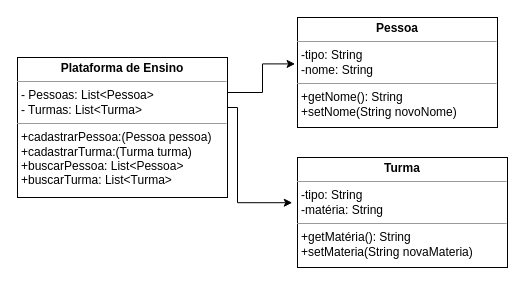
This is exercício diagrama de classes.drawio from gustavomezzomo/bertoti, a draw.io file, before an edit. Source tidied: cells renumbered, new cells numbered last; positions are measured from the earlier drawing's top-left corner, leaving out a move shared by most shapes. Both pictures are drawn from the tidied source at 100%, with x=0, y=0 at pixel (17, 17).
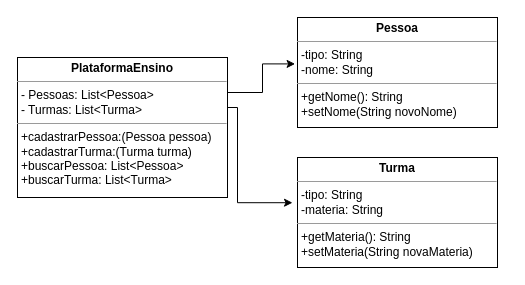
The same diagram, later.

Change to the diagram source:
```diff
@@
 <mxGraphModel>
   <root>
     <mxCell id="0" />
     <mxCell id="1" parent="0" />
     <mxCell id="2" style="edgeStyle=orthogonalEdgeStyle;rounded=0;jettySize=auto;html=1;exitX=1;exitY=0.25;exitDx=0;exitDy=0;entryX=-0.012;entryY=0.422;entryDx=0;entryDy=0;entryPerimeter=0;" parent="1" edge="1" source="4" target="5">
       <mxGeometry relative="1" as="geometry" />
     </mxCell>
     <mxCell id="3" style="edgeStyle=orthogonalEdgeStyle;rounded=0;jettySize=auto;html=1;exitX=1;exitY=0.5;exitDx=0;exitDy=0;entryX=-0.025;entryY=0.411;entryDx=0;entryDy=0;entryPerimeter=0;" parent="1" edge="1" source="4" target="6">
       <mxGeometry relative="1" as="geometry">
         <Array as="points">
           <mxPoint x="160" y="90" />
           <mxPoint x="220" y="90" />
           <mxPoint x="220" y="177" />
         </Array>
       </mxGeometry>
     </mxCell>
-    <mxCell id="4" value="&lt;p style=&quot;margin: 0px ; margin-top: 4px ; text-align: center&quot;&gt;&lt;b&gt;Plataforma de Ensino&lt;/b&gt;&lt;/p&gt;&lt;hr size=&quot;1&quot;&gt;&lt;p style=&quot;margin: 0px ; margin-left: 4px&quot;&gt;- Pessoas: List&amp;lt;Pessoa&amp;gt;&lt;/p&gt;&lt;p style=&quot;margin: 0px ; margin-left: 4px&quot;&gt;- Turmas: List&amp;lt;Turma&amp;gt;&lt;/p&gt;&lt;hr size=&quot;1&quot;&gt;&lt;p style=&quot;margin: 0px ; margin-left: 4px&quot;&gt;+cadastrarPessoa:(Pessoa pessoa)&lt;/p&gt;&lt;p style=&quot;margin: 0px ; margin-left: 4px&quot;&gt;+cadastrarTurma:(Turma turma)&lt;/p&gt;&lt;p style=&quot;margin: 0px ; margin-left: 4px&quot;&gt;+buscarPessoa: List&amp;lt;Pessoa&amp;gt;&lt;/p&gt;&lt;p style=&quot;margin: 0px ; margin-left: 4px&quot;&gt;+buscarTurma: List&amp;lt;Turma&amp;gt;&lt;/p&gt;" style="verticalAlign=top;align=left;overflow=fill;fontSize=12;fontFamily=Helvetica;html=1;" parent="1" vertex="1">
+    <mxCell id="4" value="&lt;p style=&quot;margin: 0px ; margin-top: 4px ; text-align: center&quot;&gt;&lt;b&gt;PlataformaEnsino&lt;/b&gt;&lt;/p&gt;&lt;hr size=&quot;1&quot;&gt;&lt;p style=&quot;margin: 0px ; margin-left: 4px&quot;&gt;- Pessoas: List&amp;lt;Pessoa&amp;gt;&lt;/p&gt;&lt;p style=&quot;margin: 0px ; margin-left: 4px&quot;&gt;- Turmas: List&amp;lt;Turma&amp;gt;&lt;/p&gt;&lt;hr size=&quot;1&quot;&gt;&lt;p style=&quot;margin: 0px ; margin-left: 4px&quot;&gt;+cadastrarPessoa:(Pessoa pessoa)&lt;/p&gt;&lt;p style=&quot;margin: 0px ; margin-left: 4px&quot;&gt;+cadastrarTurma:(Turma turma)&lt;/p&gt;&lt;p style=&quot;margin: 0px ; margin-left: 4px&quot;&gt;+buscarPessoa: List&amp;lt;Pessoa&amp;gt;&lt;/p&gt;&lt;p style=&quot;margin: 0px ; margin-left: 4px&quot;&gt;+buscarTurma: List&amp;lt;Turma&amp;gt;&lt;/p&gt;" style="verticalAlign=top;align=left;overflow=fill;fontSize=12;fontFamily=Helvetica;html=1;" parent="1" vertex="1">
       <mxGeometry y="40" width="210" height="140" as="geometry" />
     </mxCell>
     <mxCell id="5" value="&lt;p style=&quot;margin: 0px ; margin-top: 4px ; text-align: center&quot;&gt;&lt;b&gt;Pessoa&lt;/b&gt;&lt;/p&gt;&lt;hr size=&quot;1&quot;&gt;&lt;p style=&quot;margin: 0px ; margin-left: 4px&quot;&gt;-tipo: String&lt;/p&gt;&lt;p style=&quot;margin: 0px ; margin-left: 4px&quot;&gt;-nome: String&lt;/p&gt;&lt;hr size=&quot;1&quot;&gt;&lt;p style=&quot;margin: 0px ; margin-left: 4px&quot;&gt;+getNome(): String&lt;span&gt;&lt;br&gt;&lt;/span&gt;&lt;/p&gt;&lt;p style=&quot;margin: 0px ; margin-left: 4px&quot;&gt;&lt;span&gt;+setNome(String novoNome)&lt;/span&gt;&lt;br&gt;&lt;/p&gt;&lt;p style=&quot;margin: 0px ; margin-left: 4px&quot;&gt;&lt;br&gt;&lt;/p&gt;" style="verticalAlign=top;align=left;overflow=fill;fontSize=12;fontFamily=Helvetica;html=1;" parent="1" vertex="1">
       <mxGeometry x="280" width="200" height="110" as="geometry" />
     </mxCell>
-    <mxCell id="6" value="&lt;p style=&quot;margin: 0px ; margin-top: 4px ; text-align: center&quot;&gt;&lt;b&gt;Turma&lt;/b&gt;&lt;/p&gt;&lt;hr size=&quot;1&quot;&gt;&lt;p style=&quot;margin: 0px ; margin-left: 4px&quot;&gt;-tipo: String&lt;/p&gt;&lt;p style=&quot;margin: 0px ; margin-left: 4px&quot;&gt;-matéria: String&lt;/p&gt;&lt;hr size=&quot;1&quot;&gt;&lt;p style=&quot;margin: 0px ; margin-left: 4px&quot;&gt;&lt;span&gt;+getMatéria(): String&lt;/span&gt;&lt;/p&gt;&lt;p style=&quot;margin: 0px ; margin-left: 4px&quot;&gt;&lt;span&gt;+setMateria(String novaMateria)&lt;/span&gt;&lt;br&gt;&lt;/p&gt;" style="verticalAlign=top;align=left;overflow=fill;fontSize=12;fontFamily=Helvetica;html=1;" parent="1" vertex="1">
-      <mxGeometry x="280" y="140" width="210" height="110" as="geometry" />
+    <mxCell id="6" value="&lt;p style=&quot;margin: 0px ; margin-top: 4px ; text-align: center&quot;&gt;&lt;b&gt;Turma&lt;/b&gt;&lt;/p&gt;&lt;hr size=&quot;1&quot;&gt;&lt;p style=&quot;margin: 0px ; margin-left: 4px&quot;&gt;-tipo: String&lt;/p&gt;&lt;p style=&quot;margin: 0px ; margin-left: 4px&quot;&gt;-materia: String&lt;/p&gt;&lt;hr size=&quot;1&quot;&gt;&lt;p style=&quot;margin: 0px ; margin-left: 4px&quot;&gt;&lt;span&gt;+getMateria(): String&lt;/span&gt;&lt;/p&gt;&lt;p style=&quot;margin: 0px ; margin-left: 4px&quot;&gt;&lt;span&gt;+setMateria(String novaMateria)&lt;/span&gt;&lt;br&gt;&lt;/p&gt;" style="verticalAlign=top;align=left;overflow=fill;fontSize=12;fontFamily=Helvetica;html=1;" parent="1" vertex="1">
+      <mxGeometry x="280" y="140" width="200" height="110" as="geometry" />
     </mxCell>
   </root>
 </mxGraphModel>
```
